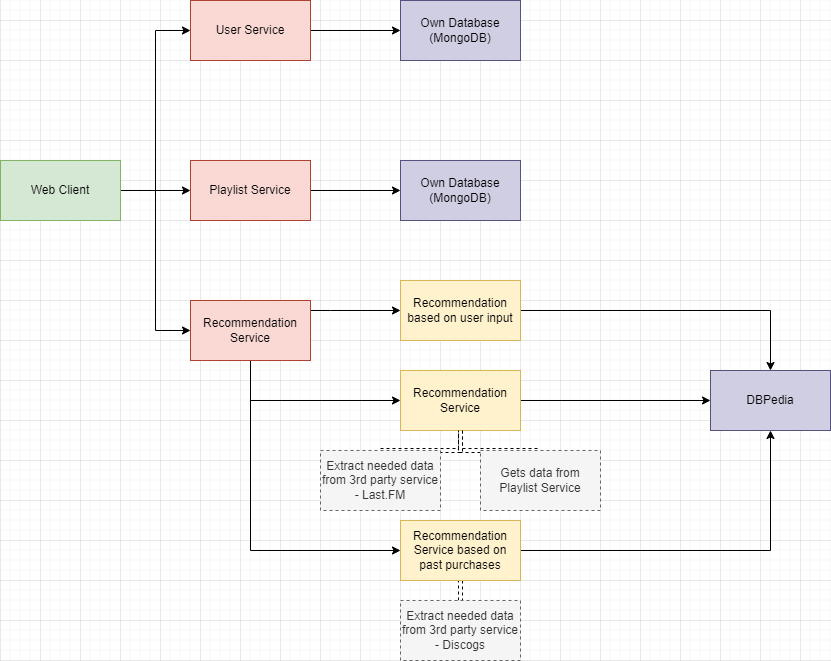
Earlier version of the draw.io export docs/currentArh.png (StativaCamelia/vire). Source tidied: cells renumbered, new cells last; positions are measured from the earlier drawing's top-left corner, leaving out a move shared by most shapes.
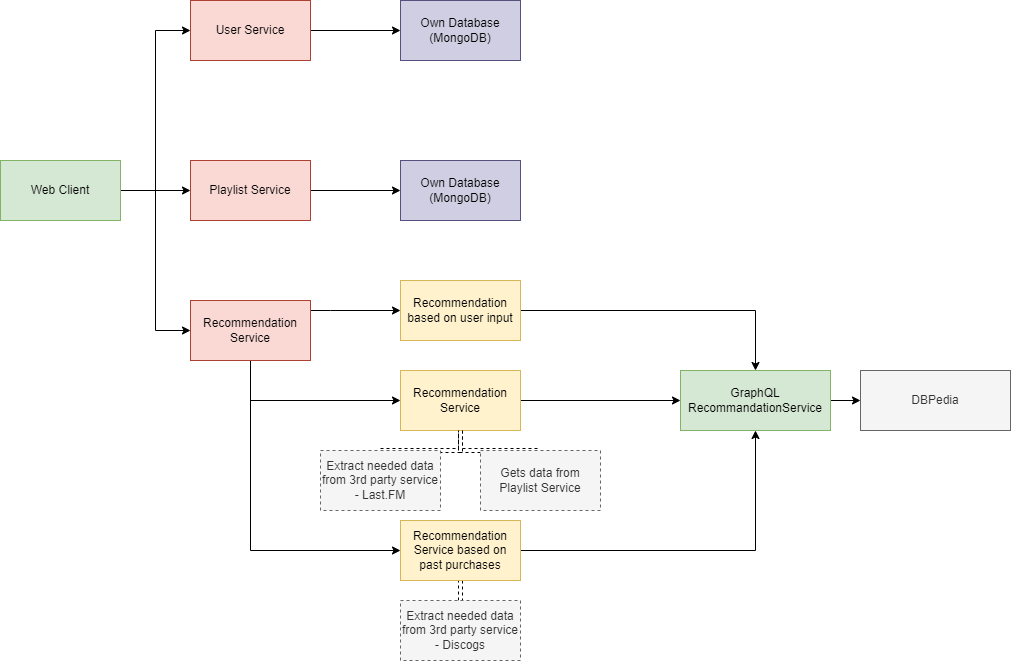
After the commit.

What changed in the source:
```diff
@@ -60,7 +60,7 @@
     <mxCell id="16" style="edgeStyle=orthogonalEdgeStyle;rounded=0;jettySize=auto;html=1;shape=link;dashed=1;" parent="1" edge="1" source="18" target="25">
       <mxGeometry relative="1" as="geometry" />
     </mxCell>
-    <mxCell id="17" style="edgeStyle=orthogonalEdgeStyle;rounded=0;jettySize=auto;html=1;entryX=0.5;entryY=1;entryDx=0;entryDy=0;" parent="1" edge="1" source="18" target="29">
+    <mxCell id="17" style="edgeStyle=orthogonalEdgeStyle;rounded=0;jettySize=auto;html=1;entryX=0.5;entryY=1;entryDx=0;entryDy=0;" parent="1" edge="1" source="18" target="31">
       <mxGeometry relative="1" as="geometry" />
     </mxCell>
     <mxCell id="18" value="Recommendation Service based on past purchases" style="rounded=0;whiteSpace=wrap;html=1;fillColor=#fff2cc;strokeColor=#d6b656;" parent="1" vertex="1">
@@ -69,7 +69,7 @@
     <mxCell id="19" style="edgeStyle=orthogonalEdgeStyle;shape=link;rounded=0;jettySize=auto;html=1;dashed=1;" parent="1" edge="1" source="21" target="26">
       <mxGeometry relative="1" as="geometry" />
     </mxCell>
-    <mxCell id="20" style="edgeStyle=orthogonalEdgeStyle;rounded=0;jettySize=auto;html=1;entryX=0;entryY=0.5;entryDx=0;entryDy=0;" parent="1" edge="1" source="21" target="29">
+    <mxCell id="20" style="edgeStyle=orthogonalEdgeStyle;rounded=0;jettySize=auto;html=1;entryX=0;entryY=0.5;entryDx=0;entryDy=0;" parent="1" edge="1" source="21" target="31">
       <mxGeometry relative="1" as="geometry" />
     </mxCell>
     <mxCell id="21" value="Recommendation Service" style="rounded=0;whiteSpace=wrap;html=1;fillColor=#fff2cc;strokeColor=#d6b656;" parent="1" vertex="1">
@@ -80,7 +80,7 @@
         <mxPoint x="460" y="300" as="targetPoint" />
       </mxGeometry>
     </mxCell>
-    <mxCell id="23" style="edgeStyle=orthogonalEdgeStyle;rounded=0;jettySize=auto;html=1;" parent="1" edge="1" source="24" target="29">
+    <mxCell id="23" style="edgeStyle=orthogonalEdgeStyle;rounded=0;jettySize=auto;html=1;entryX=0.5;entryY=0;entryDx=0;entryDy=0;" parent="1" edge="1" source="24" target="31">
       <mxGeometry relative="1" as="geometry" />
     </mxCell>
     <mxCell id="24" value="Recommendation based on user input" style="rounded=0;whiteSpace=wrap;html=1;fillColor=#fff2cc;strokeColor=#d6b656;" parent="1" vertex="1">
@@ -98,8 +98,14 @@
     <mxCell id="28" value="Gets data from Playlist Service" style="rounded=0;whiteSpace=wrap;html=1;dashed=1;fillColor=#f5f5f5;fontColor=#333333;strokeColor=#666666;" parent="1" vertex="1">
       <mxGeometry x="480" y="450" width="120" height="60" as="geometry" />
     </mxCell>
+    <mxCell id="30" style="edgeStyle=orthogonalEdgeStyle;rounded=0;jettySize=auto;html=1;" parent="1" edge="1" source="31" target="29">
+      <mxGeometry relative="1" as="geometry" />
+    </mxCell>
+    <mxCell id="31" value="GraphQL RecommandationService" style="rounded=0;whiteSpace=wrap;html=1;fillColor=#d5e8d4;strokeColor=#82b366;" parent="1" vertex="1">
+      <mxGeometry x="680" y="370" width="150" height="60" as="geometry" />
+    </mxCell>
-    <mxCell id="29" value="DBPedia" style="rounded=0;whiteSpace=wrap;html=1;fillColor=#d0cee2;strokeColor=#56517e;" parent="1" vertex="1">
-      <mxGeometry x="710" y="370" width="120" height="60" as="geometry" />
+    <mxCell id="29" value="DBPedia" style="rounded=0;whiteSpace=wrap;html=1;fillColor=#f5f5f5;strokeColor=#666666;fontColor=#333333;" parent="1" vertex="1">
+      <mxGeometry x="860" y="370" width="150" height="60" as="geometry" />
     </mxCell>
   </root>
 </mxGraphModel>
```
